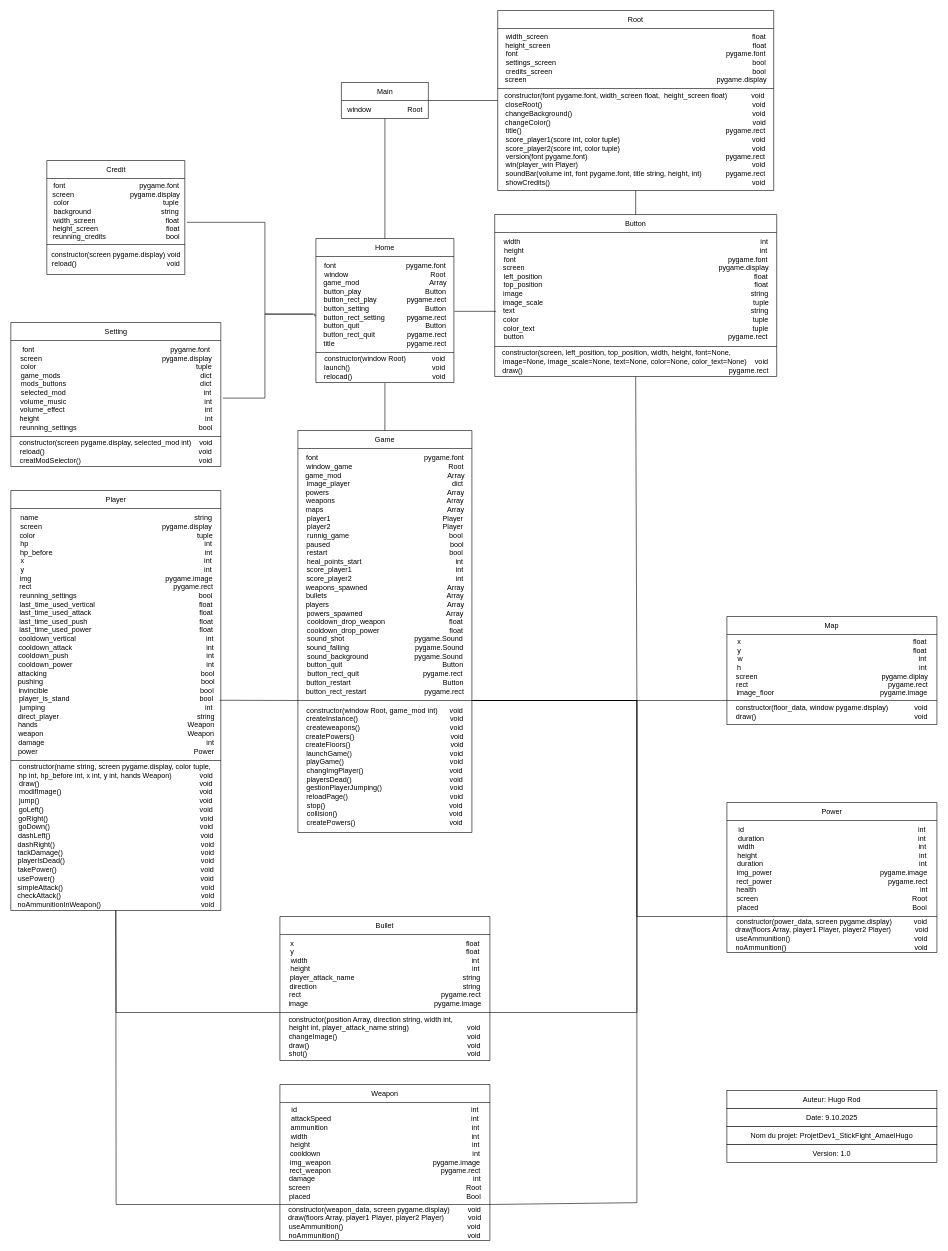
Hugo652-droid/ProjetDev1_StickFight_AmaelHugo keeps this draw.io diagram as Conception/UML_class_final.drawio. Above is the earlier version. Source tidied: cells renumbered, new cells numbered last; positions are measured from the earlier drawing's top-left corner, leaving out a move shared by most shapes. Both pictures are drawn from the tidied source at 60%, with x=0, y=0 at pixel (10, 10).
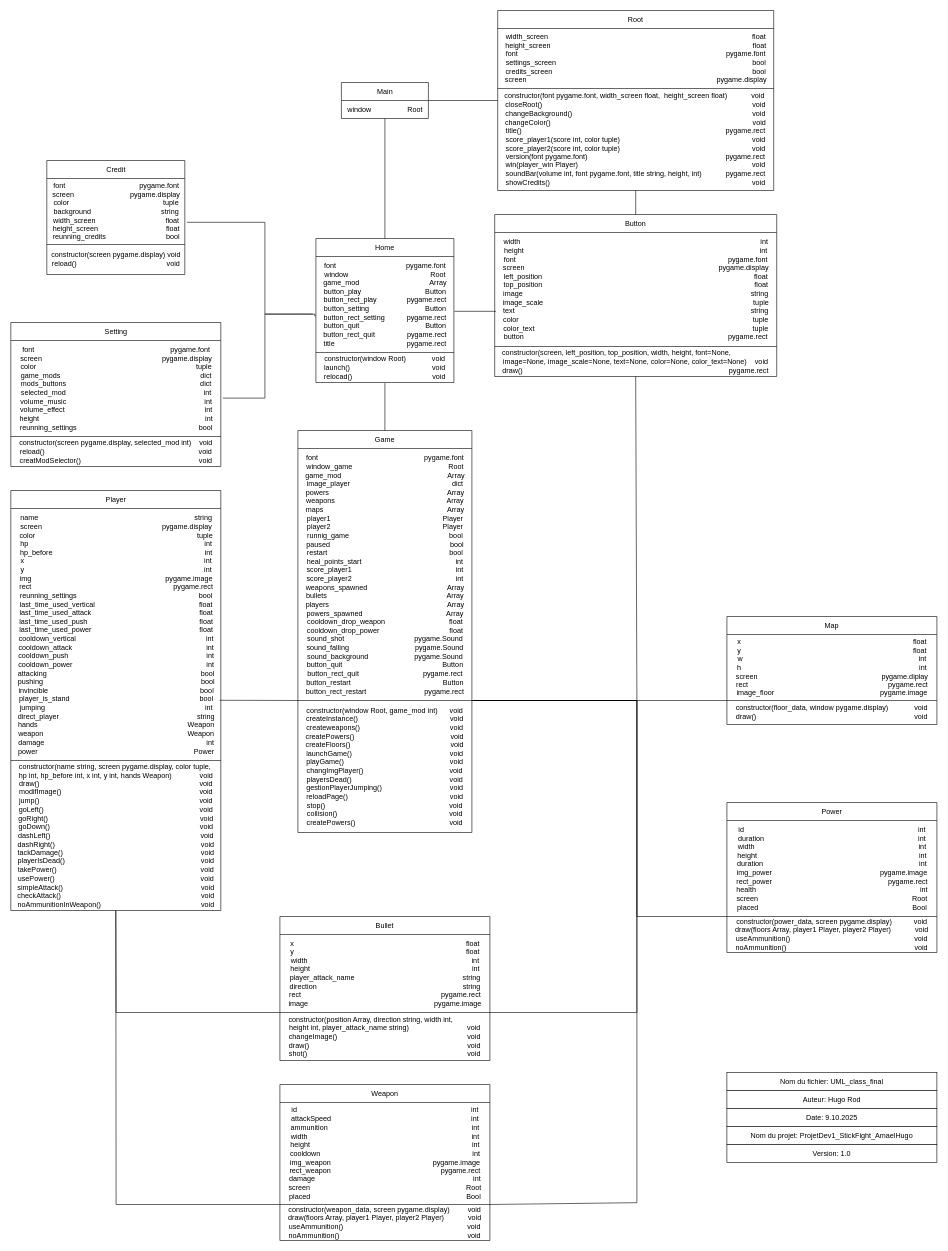
After the change.

Diff of the diagram source:
```diff
@@
+    <mxCell id="78" value="Nom du fichier: UML_class_final" style="rounded=0;whiteSpace=wrap;html=1;" parent="1" vertex="1">
+      <mxGeometry x="1194" y="1770" width="350" height="30" as="geometry" />
+    </mxCell>
```
